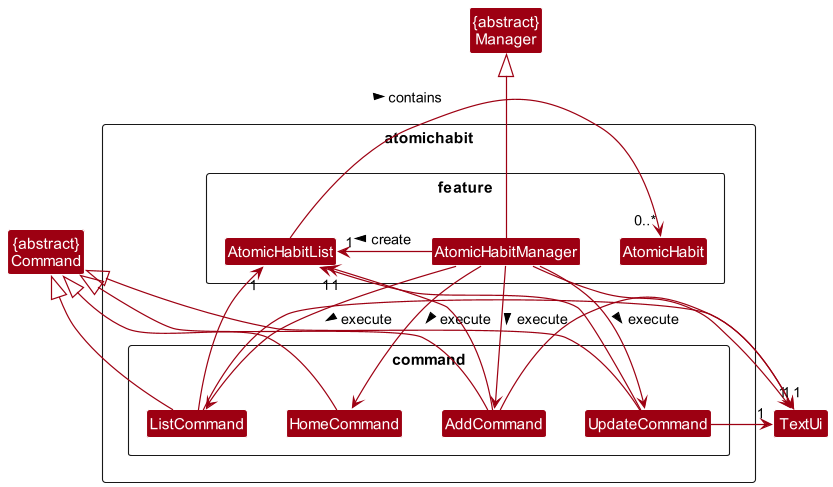
Above: docs/diagrams/AtomicHabit.png in wenxin-c/tp (PlantUML), before the change. Its diagram source:
```plantuml
@startuml
!include style.puml
skinparam arrowThickness 1.1
skinparam arrowColor MODEL_COLOR
skinparam classBackgroundColor MODEL_COLOR


Package atomichabit <<Rectangle>>{
Package command <<Rectangle>> {
Class AddCommand
Class HomeCommand
Class ListCommand
Class UpdateCommand
}
Package feature <<Rectangle>> {
Class AtomicHabit
Class AtomicHabitManager
Class AtomicHabitList
}

}
Class TextUi
Class "{abstract}\nCommand" as Command
Class "{abstract}\nManager" as Manager
Command <|-- AddCommand
Command <|-- HomeCommand
Command <|-- ListCommand
Command <|-- UpdateCommand
Manager <|-- AtomicHabitManager
AtomicHabitList -> "0..*" AtomicHabit : contains >
AtomicHabitManager -right-> "1" AtomicHabitList : create >
AtomicHabitManager --> AddCommand : execute >
AtomicHabitManager --> HomeCommand : execute >
AtomicHabitManager --> ListCommand : execute >
AtomicHabitManager --> UpdateCommand : execute >
AddCommand --> "1"AtomicHabitList
ListCommand --> "1"AtomicHabitList
UpdateCommand --> "1"AtomicHabitList
AtomicHabitManager -down-> "1"TextUi
AddCommand -right-> "1"TextUi
ListCommand -right-> "1"TextUi
UpdateCommand -right-> "1"TextUi
@enduml
```
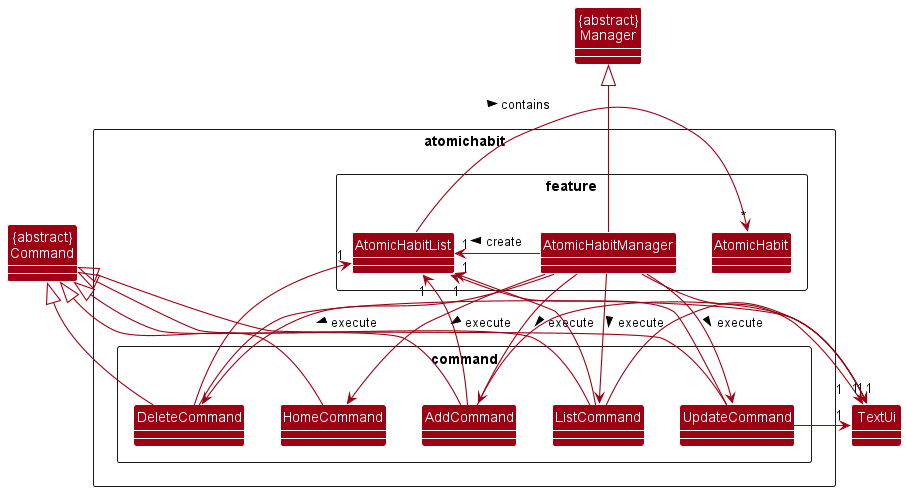
After the change.

The edit, as a diff of the source:
```diff
@@ -8,6 +8,7 @@
 Package atomichabit <<Rectangle>>{
 Package command <<Rectangle>> {
 Class AddCommand
+Class DeleteCommand
 Class HomeCommand
 Class ListCommand
 Class UpdateCommand
@@ -23,21 +24,25 @@
 Class "{abstract}\nCommand" as Command
 Class "{abstract}\nManager" as Manager
 Command <|-- AddCommand
+Command <|-- DeleteCommand
 Command <|-- HomeCommand
 Command <|-- ListCommand
 Command <|-- UpdateCommand
 Manager <|-- AtomicHabitManager
-AtomicHabitList -> "0..*" AtomicHabit : contains >
+AtomicHabitList -> "*" AtomicHabit : contains >
 AtomicHabitManager -right-> "1" AtomicHabitList : create >
 AtomicHabitManager --> AddCommand : execute >
+AtomicHabitManager --> DeleteCommand : execute >
 AtomicHabitManager --> HomeCommand : execute >
 AtomicHabitManager --> ListCommand : execute >
 AtomicHabitManager --> UpdateCommand : execute >
 AddCommand --> "1"AtomicHabitList
+DeleteCommand --> "1"AtomicHabitList
 ListCommand --> "1"AtomicHabitList
 UpdateCommand --> "1"AtomicHabitList
 AtomicHabitManager -down-> "1"TextUi
 AddCommand -right-> "1"TextUi
+DeleteCommand -right-> "1"TextUi
 ListCommand -right-> "1"TextUi
 UpdateCommand -right-> "1"TextUi
 @enduml
```
